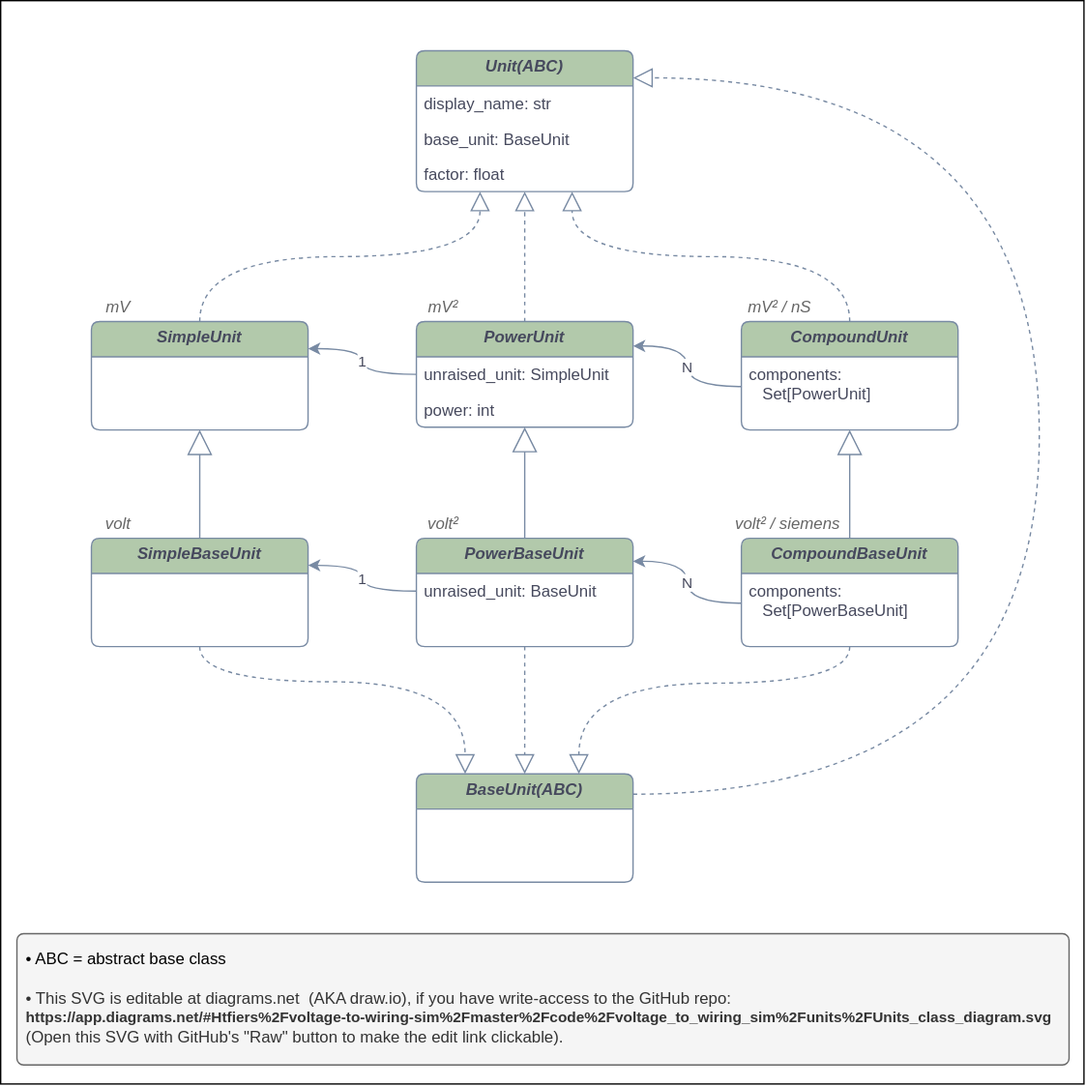
tfiers/phd keeps this draw.io diagram as code/voltage_to_wiring_sim/units/Units_class_diagram.svg. Above is the earlier version. Source tidied: cells renumbered, new cells last; positions are measured from the earlier drawing's top-left corner, leaving out a move shared by most shapes.
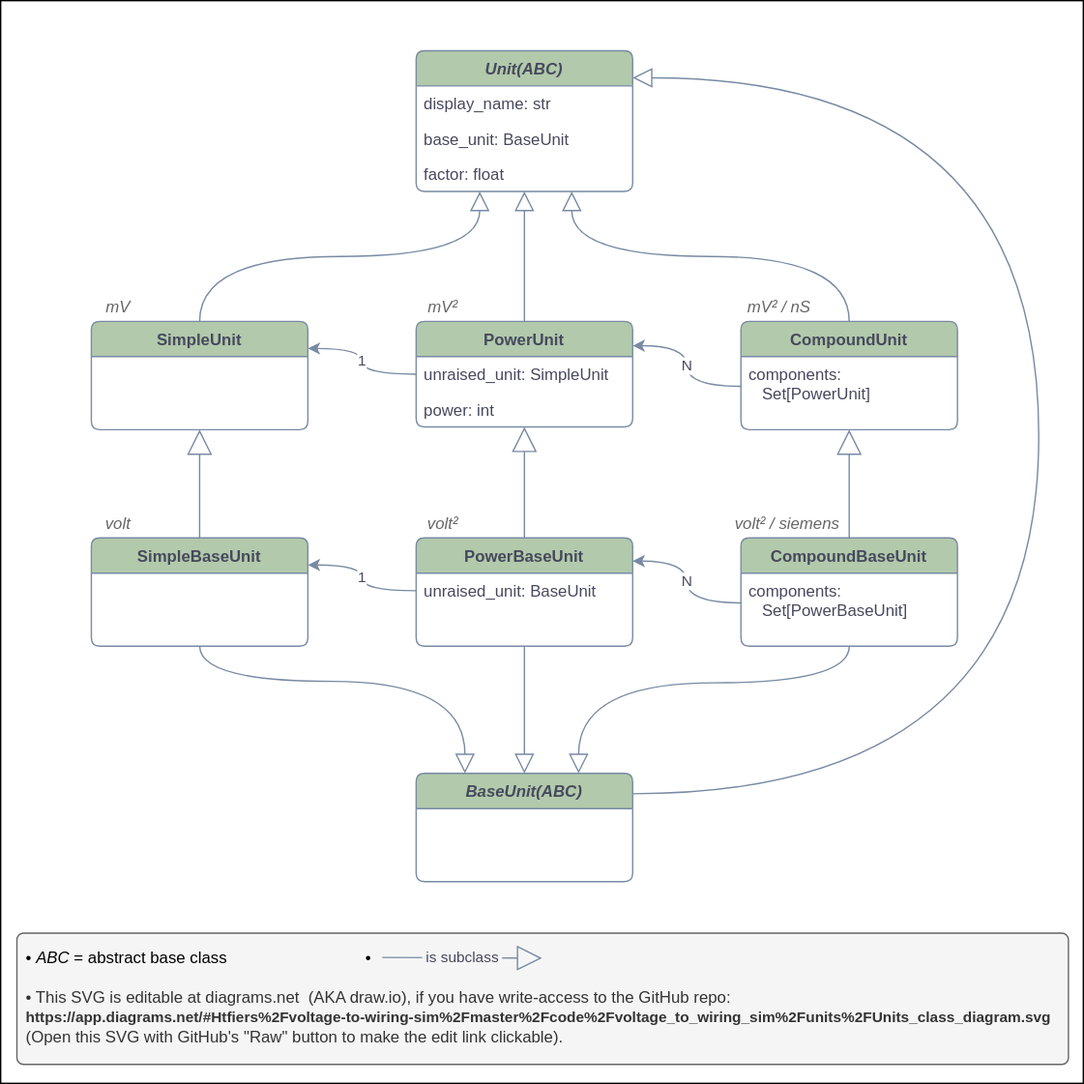
After the commit.

Commit message:
Units_class_diagram.svg: "is subclass" (all same)

Change to the diagram source:
```diff
@@ -8,7 +8,7 @@
     <mxCell id="3" style="endArrow=block;endSize=16;endFill=0;html=1;strokeColor=#788AA3;fontColor=#46495D;curved=1;" parent="1" edge="1" source="34" target="24">
       <mxGeometry relative="1" as="geometry" />
     </mxCell>
-    <mxCell id="4" style="endArrow=block;dashed=1;endFill=0;endSize=12;html=1;strokeColor=#788AA3;fontColor=#46495D;edgeStyle=orthogonalEdgeStyle;curved=1;exitX=0.5;exitY=0;exitDx=0;exitDy=0;" parent="1" edge="1" source="24" target="25">
+    <mxCell id="4" style="endArrow=block;endFill=0;endSize=12;html=1;strokeColor=#788AA3;fontColor=#46495D;edgeStyle=orthogonalEdgeStyle;curved=1;exitX=0.5;exitY=0;exitDx=0;exitDy=0;" parent="1" edge="1" source="24" target="25">
       <mxGeometry relative="1" as="geometry">
         <Array as="points">
           <mxPoint x="147" y="189" />
@@ -16,7 +16,7 @@
         </Array>
       </mxGeometry>
     </mxCell>
-    <mxCell id="5" style="endArrow=block;dashed=1;endFill=0;endSize=12;html=1;strokeColor=#788AA3;fontColor=#46495D;exitX=0.5;exitY=0;exitDx=0;exitDy=0;edgeStyle=orthogonalEdgeStyle;curved=1;" parent="1" edge="1" source="29" target="25">
+    <mxCell id="5" style="endArrow=block;endFill=0;endSize=12;html=1;strokeColor=#788AA3;fontColor=#46495D;exitX=0.5;exitY=0;exitDx=0;exitDy=0;edgeStyle=orthogonalEdgeStyle;curved=1;" parent="1" edge="1" source="29" target="25">
       <mxGeometry relative="1" as="geometry" />
     </mxCell>
     <mxCell id="6" value="1" style="endArrow=none;html=1;exitX=1;exitY=0.25;exitDx=0;exitDy=0;strokeColor=#788AA3;fontColor=#46495D;startArrow=classic;startFill=1;entryX=0;entryY=0.5;entryDx=0;entryDy=0;edgeStyle=orthogonalEdgeStyle;curved=1;" parent="1" edge="1" source="24" target="30">
@@ -30,7 +30,7 @@
         </Array>
       </mxGeometry>
     </mxCell>
-    <mxCell id="8" style="endArrow=block;dashed=1;endFill=0;endSize=12;html=1;strokeColor=#788AA3;fontColor=#46495D;edgeStyle=orthogonalEdgeStyle;curved=1;exitX=0.5;exitY=0;exitDx=0;exitDy=0;" parent="1" edge="1" source="37" target="25">
+    <mxCell id="8" style="endArrow=block;endFill=0;endSize=12;html=1;strokeColor=#788AA3;fontColor=#46495D;edgeStyle=orthogonalEdgeStyle;curved=1;exitX=0.5;exitY=0;exitDx=0;exitDy=0;" parent="1" edge="1" source="37" target="25">
       <mxGeometry relative="1" as="geometry">
         <Array as="points">
           <mxPoint x="627" y="189" />
@@ -55,7 +55,7 @@
     <mxCell id="12" style="endArrow=block;endSize=16;endFill=0;html=1;strokeColor=#788AA3;fontColor=#46495D;curved=1;" parent="1" edge="1" source="35" target="37">
       <mxGeometry relative="1" as="geometry" />
     </mxCell>
-    <mxCell id="13" style="endArrow=block;dashed=1;endFill=0;endSize=12;html=1;strokeColor=#788AA3;fontColor=#46495D;edgeStyle=orthogonalEdgeStyle;curved=1;" parent="1" edge="1" source="39" target="25">
+    <mxCell id="13" style="endArrow=block;endFill=0;endSize=12;html=1;strokeColor=#788AA3;fontColor=#46495D;edgeStyle=orthogonalEdgeStyle;curved=1;" parent="1" edge="1" source="39" target="25">
       <mxGeometry relative="1" as="geometry">
         <Array as="points">
           <mxPoint x="767" y="586" />
@@ -63,7 +63,7 @@
         </Array>
       </mxGeometry>
     </mxCell>
-    <mxCell id="14" style="endArrow=block;dashed=1;endFill=0;endSize=12;html=1;strokeColor=#788AA3;fontColor=#46495D;edgeStyle=orthogonalEdgeStyle;curved=1;" parent="1" edge="1" source="34" target="39">
+    <mxCell id="14" style="endArrow=block;endFill=0;endSize=12;html=1;strokeColor=#788AA3;fontColor=#46495D;edgeStyle=orthogonalEdgeStyle;curved=1;" parent="1" edge="1" source="34" target="39">
       <mxGeometry relative="1" as="geometry">
         <Array as="points">
           <mxPoint x="147" y="503" />
@@ -71,10 +71,10 @@
         </Array>
       </mxGeometry>
     </mxCell>
-    <mxCell id="15" style="endArrow=block;dashed=1;endFill=0;endSize=12;html=1;strokeColor=#788AA3;fontColor=#46495D;edgeStyle=orthogonalEdgeStyle;curved=1;" parent="1" edge="1" source="32" target="39">
+    <mxCell id="15" style="endArrow=block;endFill=0;endSize=12;html=1;strokeColor=#788AA3;fontColor=#46495D;edgeStyle=orthogonalEdgeStyle;curved=1;" parent="1" edge="1" source="32" target="39">
       <mxGeometry relative="1" as="geometry" />
     </mxCell>
-    <mxCell id="16" style="endArrow=block;dashed=1;endFill=0;endSize=12;html=1;strokeColor=#788AA3;fontColor=#46495D;edgeStyle=orthogonalEdgeStyle;curved=1;" parent="1" edge="1" source="35" target="39">
+    <mxCell id="16" style="endArrow=block;endFill=0;endSize=12;html=1;strokeColor=#788AA3;fontColor=#46495D;edgeStyle=orthogonalEdgeStyle;curved=1;" parent="1" edge="1" source="35" target="39">
       <mxGeometry relative="1" as="geometry">
         <Array as="points">
           <mxPoint x="627" y="504" />
@@ -82,7 +82,7 @@
         </Array>
       </mxGeometry>
     </mxCell>
-    <mxCell id="17" value="&lt;span style=&quot;color: rgb(0 , 0 , 0) ; text-align: center&quot;&gt;• ABC = abstract base class&lt;/span&gt;&lt;i&gt;&lt;br&gt;&lt;br&gt;&lt;/i&gt;• This SVG is editable at diagrams.net&amp;nbsp;&amp;nbsp;(AKA draw.io), if you have write-access to the GitHub repo:&lt;br&gt;&lt;a href=&quot;https://app.diagrams.net/#Htfiers%2Fvoltage-to-wiring-sim%2Fmaster%2Fcode%2Fvoltage_to_wiring_sim%2Funits%2FUnits_class_diagram.svg&quot;&gt;&lt;font style=&quot;font-size: 11px&quot;&gt;&lt;b&gt;https://app.diagrams.net/#Htfiers%2Fvoltage-to-wiring-sim%2Fmaster%2Fcode%2Fvoltage_to_wiring_sim%2Funits%2FUnits_class_diagram.svg&lt;/b&gt;&lt;/font&gt;&lt;/a&gt;&lt;br&gt;(Open this SVG with GitHub's &quot;Raw&quot; button to make the edit link clickable)." style="text;html=1;align=left;verticalAlign=top;whiteSpace=wrap;rounded=1;fontSize=12;strokeColor=#666666;fillColor=#f5f5f5;fontColor=#333333;perimeterSpacing=8;arcSize=5;spacing=7;" parent="1" vertex="1">
+    <mxCell id="17" value="&lt;span style=&quot;color: rgb(0 , 0 , 0) ; text-align: center&quot;&gt;• &lt;i&gt;ABC&lt;/i&gt; = abstract base class&lt;/span&gt;&lt;i&gt;&lt;br&gt;&lt;br&gt;&lt;/i&gt;• This SVG is editable at diagrams.net&amp;nbsp;&amp;nbsp;(AKA draw.io), if you have write-access to the GitHub repo:&lt;br&gt;&lt;a href=&quot;https://app.diagrams.net/#Htfiers%2Fvoltage-to-wiring-sim%2Fmaster%2Fcode%2Fvoltage_to_wiring_sim%2Funits%2FUnits_class_diagram.svg&quot;&gt;&lt;font style=&quot;font-size: 11px&quot;&gt;&lt;b&gt;https://app.diagrams.net/#Htfiers%2Fvoltage-to-wiring-sim%2Fmaster%2Fcode%2Fvoltage_to_wiring_sim%2Funits%2FUnits_class_diagram.svg&lt;/b&gt;&lt;/font&gt;&lt;/a&gt;&lt;br&gt;(Open this SVG with GitHub's &quot;Raw&quot; button to make the edit link clickable)." style="text;html=1;align=left;verticalAlign=top;whiteSpace=wrap;rounded=1;fontSize=12;strokeColor=#666666;fillColor=#f5f5f5;fontColor=#333333;perimeterSpacing=8;arcSize=5;spacing=7;" parent="1" vertex="1">
       <mxGeometry x="12" y="689" width="777" height="97" as="geometry" />
     </mxCell>
     <mxCell id="18" value="mV" style="text;html=1;align=center;verticalAlign=middle;whiteSpace=wrap;rounded=0;fontSize=12;fontColor=#666666;fontStyle=2;" parent="1" vertex="1">
@@ -103,10 +103,10 @@
     <mxCell id="23" value="volt² / siemens" style="text;html=1;align=center;verticalAlign=middle;whiteSpace=wrap;rounded=0;fontSize=12;fontColor=#666666;fontStyle=2;" parent="1" vertex="1">
       <mxGeometry x="540" y="377" width="83" height="20" as="geometry" />
     </mxCell>
-    <mxCell id="24" value="SimpleUnit" style="swimlane;fontStyle=3;align=center;verticalAlign=top;horizontal=1;startSize=26;shadow=0;strokeWidth=1;spacing=0;fillColor=#B2C9AB;strokeColor=#788AA3;fontColor=#46495D;rounded=1;arcSize=8;" parent="1" vertex="1">
+    <mxCell id="24" value="SimpleUnit" style="swimlane;fontStyle=1;align=center;verticalAlign=top;horizontal=1;startSize=26;shadow=0;strokeWidth=1;spacing=0;fillColor=#B2C9AB;strokeColor=#788AA3;fontColor=#46495D;rounded=1;arcSize=8;spacingTop=2;" parent="1" vertex="1">
       <mxGeometry x="67" y="237" width="160" height="80" as="geometry" />
     </mxCell>
-    <mxCell id="25" value="Unit(ABC)" style="swimlane;fontStyle=3;align=center;verticalAlign=top;horizontal=1;startSize=26;shadow=0;strokeWidth=1;spacing=0;fillColor=#B2C9AB;strokeColor=#788AA3;fontColor=#46495D;rounded=1;arcSize=8;" parent="1" vertex="1">
+    <mxCell id="25" value="Unit(ABC)" style="swimlane;fontStyle=3;align=center;verticalAlign=top;horizontal=1;startSize=26;shadow=0;strokeWidth=1;spacing=0;fillColor=#B2C9AB;strokeColor=#788AA3;fontColor=#46495D;rounded=1;arcSize=8;spacingTop=2;" parent="1" vertex="1">
       <mxGeometry x="307" y="37" width="160" height="104" as="geometry" />
     </mxCell>
     <mxCell id="26" value="display_name: str" style="text;strokeColor=none;fillColor=none;align=left;verticalAlign=top;spacingLeft=4;spacingRight=4;overflow=hidden;fontColor=#46495D;rounded=1;" parent="25" vertex="1">
@@ -118,7 +118,7 @@
     <mxCell id="28" value="factor: float" style="text;strokeColor=none;fillColor=none;align=left;verticalAlign=top;spacingLeft=4;spacingRight=4;overflow=hidden;fontColor=#46495D;rounded=1;" parent="25" vertex="1">
       <mxGeometry y="78" width="160" height="26" as="geometry" />
     </mxCell>
-    <mxCell id="29" value="PowerUnit" style="swimlane;fontStyle=3;align=center;verticalAlign=top;horizontal=1;startSize=26;shadow=0;strokeWidth=1;spacing=0;fillColor=#B2C9AB;strokeColor=#788AA3;fontColor=#46495D;rounded=1;arcSize=8;" parent="1" vertex="1">
+    <mxCell id="29" value="PowerUnit" style="swimlane;fontStyle=1;align=center;verticalAlign=top;horizontal=1;startSize=26;shadow=0;strokeWidth=1;spacing=0;fillColor=#B2C9AB;strokeColor=#788AA3;fontColor=#46495D;rounded=1;arcSize=8;spacingTop=2;" parent="1" vertex="1">
       <mxGeometry x="307" y="237" width="160" height="78" as="geometry" />
     </mxCell>
     <mxCell id="30" value="unraised_unit: SimpleUnit" style="text;strokeColor=none;fillColor=none;align=left;verticalAlign=top;spacingLeft=4;spacingRight=4;overflow=hidden;points=[[0,0.5],[1,0.5]];portConstraint=eastwest;fontColor=#46495D;rounded=1;" parent="29" vertex="1">
@@ -127,29 +127,38 @@
     <mxCell id="31" value="power: int" style="text;strokeColor=none;fillColor=none;align=left;verticalAlign=top;spacingLeft=4;spacingRight=4;overflow=hidden;rounded=1;fontSize=12;fontColor=#46495D;" parent="29" vertex="1">
       <mxGeometry y="52" width="160" height="26" as="geometry" />
     </mxCell>
-    <mxCell id="32" value="PowerBaseUnit" style="swimlane;fontStyle=3;align=center;verticalAlign=top;horizontal=1;startSize=26;shadow=0;strokeWidth=1;spacing=0;fillColor=#B2C9AB;strokeColor=#788AA3;fontColor=#46495D;rounded=1;arcSize=8;" parent="1" vertex="1">
+    <mxCell id="32" value="PowerBaseUnit" style="swimlane;fontStyle=1;align=center;verticalAlign=top;horizontal=1;startSize=26;shadow=0;strokeWidth=1;spacing=0;fillColor=#B2C9AB;strokeColor=#788AA3;fontColor=#46495D;rounded=1;arcSize=8;spacingTop=2;" parent="1" vertex="1">
       <mxGeometry x="307" y="397" width="160" height="80" as="geometry" />
     </mxCell>
     <mxCell id="33" value="unraised_unit: BaseUnit" style="text;strokeColor=none;fillColor=none;align=left;verticalAlign=top;spacingLeft=4;spacingRight=4;overflow=hidden;points=[[0,0.5],[1,0.5]];portConstraint=eastwest;rounded=1;fontColor=#46495D;" parent="32" vertex="1">
       <mxGeometry y="26" width="160" height="26" as="geometry" />
     </mxCell>
-    <mxCell id="34" value="SimpleBaseUnit" style="swimlane;fontStyle=3;align=center;verticalAlign=top;horizontal=1;startSize=26;shadow=0;strokeWidth=1;spacing=0;fillColor=#B2C9AB;strokeColor=#788AA3;fontColor=#46495D;rounded=1;arcSize=8;" parent="1" vertex="1">
+    <mxCell id="34" value="SimpleBaseUnit" style="swimlane;fontStyle=1;align=center;verticalAlign=top;horizontal=1;startSize=26;shadow=0;strokeWidth=1;spacing=0;fillColor=#B2C9AB;strokeColor=#788AA3;fontColor=#46495D;rounded=1;arcSize=8;spacingTop=2;" parent="1" vertex="1">
       <mxGeometry x="67" y="397" width="160" height="80" as="geometry" />
     </mxCell>
-    <mxCell id="35" value="CompoundBaseUnit" style="swimlane;fontStyle=3;align=center;verticalAlign=top;horizontal=1;startSize=26;shadow=0;strokeWidth=1;spacing=0;fillColor=#B2C9AB;strokeColor=#788AA3;fontColor=#46495D;rounded=1;arcSize=8;" parent="1" vertex="1">
+    <mxCell id="35" value="CompoundBaseUnit" style="swimlane;fontStyle=1;align=center;verticalAlign=top;horizontal=1;startSize=26;shadow=0;strokeWidth=1;spacing=0;fillColor=#B2C9AB;strokeColor=#788AA3;fontColor=#46495D;rounded=1;arcSize=8;spacingTop=2;" parent="1" vertex="1">
       <mxGeometry x="547" y="397" width="160" height="80" as="geometry" />
     </mxCell>
     <mxCell id="36" value="components:&#10;   Set[PowerBaseUnit]" style="text;strokeColor=none;fillColor=none;align=left;verticalAlign=top;spacingLeft=4;spacingRight=4;overflow=hidden;points=[[0,0.5],[1,0.5]];portConstraint=eastwest;rounded=1;fontColor=#46495D;fontSize=12;" parent="35" vertex="1">
       <mxGeometry y="26" width="160" height="44" as="geometry" />
     </mxCell>
-    <mxCell id="37" value="CompoundUnit" style="swimlane;fontStyle=3;align=center;verticalAlign=top;horizontal=1;startSize=26;shadow=0;strokeWidth=1;spacing=0;fillColor=#B2C9AB;strokeColor=#788AA3;fontColor=#46495D;rounded=1;arcSize=8;" parent="1" vertex="1">
+    <mxCell id="37" value="CompoundUnit" style="swimlane;fontStyle=1;align=center;verticalAlign=top;horizontal=1;startSize=26;shadow=0;strokeWidth=1;spacing=0;fillColor=#B2C9AB;strokeColor=#788AA3;fontColor=#46495D;rounded=1;arcSize=8;spacingTop=2;" parent="1" vertex="1">
       <mxGeometry x="547" y="237" width="160" height="80" as="geometry" />
     </mxCell>
     <mxCell id="38" value="components:&#10;   Set[PowerUnit]" style="text;strokeColor=none;fillColor=none;align=left;verticalAlign=top;spacingLeft=4;spacingRight=4;overflow=hidden;points=[[0,0.5],[1,0.5]];portConstraint=eastwest;rounded=1;fontColor=#46495D;" parent="37" vertex="1">
       <mxGeometry y="26" width="160" height="44" as="geometry" />
     </mxCell>
-    <mxCell id="39" value="BaseUnit(ABC)" style="swimlane;fontStyle=3;align=center;verticalAlign=top;horizontal=1;startSize=26;shadow=0;strokeWidth=1;spacing=0;fillColor=#B2C9AB;strokeColor=#788AA3;fontColor=#46495D;rounded=1;arcSize=8;" parent="1" vertex="1">
+    <mxCell id="39" value="BaseUnit(ABC)" style="swimlane;fontStyle=3;align=center;verticalAlign=top;horizontal=1;startSize=26;shadow=0;strokeWidth=1;spacing=0;fillColor=#B2C9AB;strokeColor=#788AA3;fontColor=#46495D;rounded=1;arcSize=8;spacingTop=2;" parent="1" vertex="1">
       <mxGeometry x="307" y="571" width="160" height="80" as="geometry" />
     </mxCell>
+    <mxCell id="40" value="&amp;nbsp;is subclass&amp;nbsp;" style="endArrow=block;endSize=16;endFill=0;html=1;strokeColor=#788AA3;fontColor=#46495D;labelBackgroundColor=#F5F5F5;" parent="1" edge="1">
+      <mxGeometry relative="1" as="geometry">
+        <mxPoint x="282" y="707" as="sourcePoint" />
+        <mxPoint x="400" y="707.5" as="targetPoint" />
+      </mxGeometry>
+    </mxCell>
+    <mxCell id="41" value="•" style="text;html=1;strokeColor=none;fillColor=none;align=center;verticalAlign=middle;whiteSpace=wrap;rounded=0;" parent="1" vertex="1">
+      <mxGeometry x="252" y="698" width="40" height="20" as="geometry" />
+    </mxCell>
   </root>
 </mxGraphModel>
```
